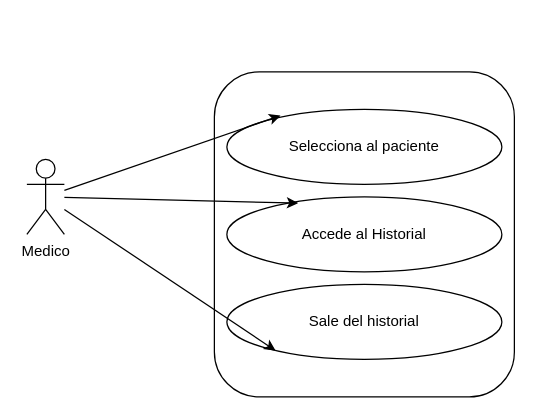
JanCarlos2772/curso-de-vsCode-Hola-Mundo keeps this draw.io diagram as Ver Historial Clinico.drawio. Above is the earlier version. Source tidied: cells renumbered, new cells numbered last; positions are measured from the earlier drawing's top-left corner, leaving out a move shared by most shapes. Both pictures are drawn from the tidied source at 125%, with x=0, y=0 at pixel (26, 71).
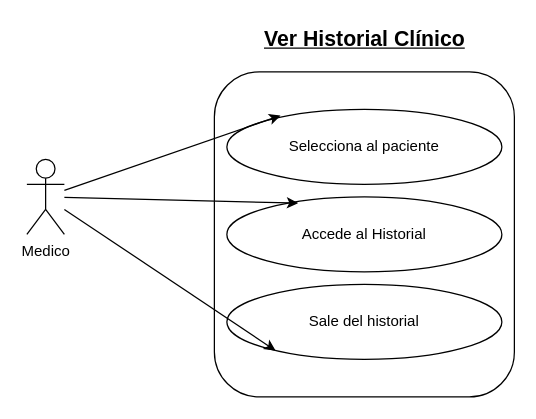
After the change.

The edit, as a diff of the source:
```diff
@@
 <mxGraphModel>
   <root>
     <mxCell id="0" />
     <mxCell id="1" parent="0" />
     <mxCell id="2" value="Medico" style="shape=umlActor;verticalLabelPosition=bottom;verticalAlign=top;html=1;outlineConnect=0;" parent="1" vertex="1">
       <mxGeometry y="70" width="30" height="60" as="geometry" />
     </mxCell>
     <mxCell id="3" style="rounded=1;whiteSpace=wrap;html=1;" parent="1" vertex="1">
       <mxGeometry x="150" width="240" height="260" as="geometry" />
     </mxCell>
     <mxCell id="4" value="Selecciona al paciente" style="ellipse;whiteSpace=wrap;html=1;" parent="1" vertex="1">
       <mxGeometry x="160" y="30" width="220" height="60" as="geometry" />
     </mxCell>
     <mxCell id="5" value="Accede al Historial" style="ellipse;whiteSpace=wrap;html=1;" parent="1" vertex="1">
       <mxGeometry x="160" y="100" width="220" height="60" as="geometry" />
     </mxCell>
     <mxCell id="6" value="Sale del historial" style="ellipse;whiteSpace=wrap;html=1;" parent="1" vertex="1">
       <mxGeometry x="160" y="170" width="220" height="60" as="geometry" />
     </mxCell>
     <mxCell id="7" style="edgeStyle=none;rounded=0;jettySize=auto;html=1;entryX=0.195;entryY=0.083;entryDx=0;entryDy=0;entryPerimeter=0;" parent="1" edge="1" source="2" target="4">
       <mxGeometry relative="1" as="geometry" />
     </mxCell>
     <mxCell id="8" style="edgeStyle=none;rounded=0;jettySize=auto;html=1;entryX=0.259;entryY=0.083;entryDx=0;entryDy=0;entryPerimeter=0;" parent="1" edge="1" source="2" target="5">
       <mxGeometry relative="1" as="geometry" />
     </mxCell>
     <mxCell id="9" style="edgeStyle=none;rounded=0;jettySize=auto;html=1;entryX=0.177;entryY=0.883;entryDx=0;entryDy=0;entryPerimeter=0;" parent="1" edge="1" source="2" target="6">
       <mxGeometry relative="1" as="geometry" />
     </mxCell>
+    <mxCell id="10" value="&lt;font style=&quot;vertical-align: inherit; font-size: 17px;&quot;&gt;&lt;b&gt;&lt;u&gt;Ver Historial Clínico&lt;/u&gt;&lt;/b&gt;&lt;/font&gt;" style="text;html=1;align=center;verticalAlign=middle;strokeColor=none;fillColor=none;" parent="1" vertex="1">
+      <mxGeometry x="180" y="-40" width="180" height="30" as="geometry" />
+    </mxCell>
   </root>
 </mxGraphModel>
```
